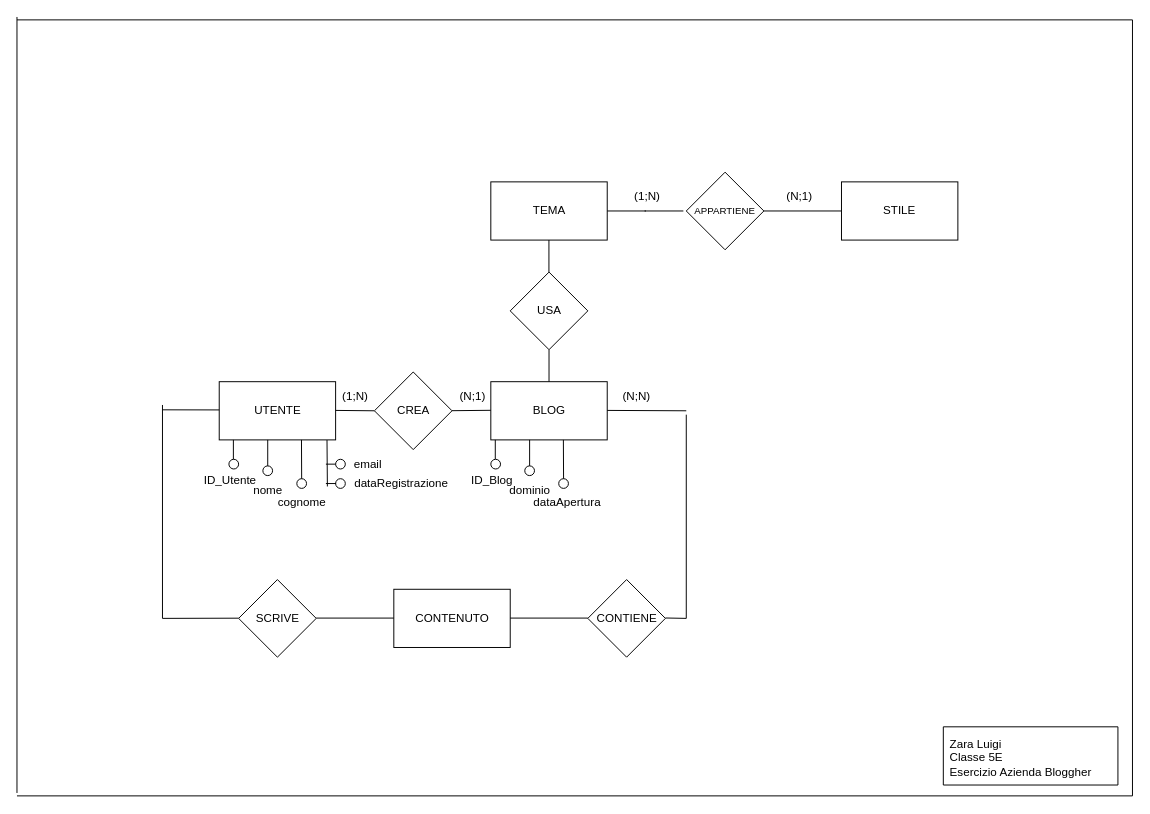
Before: Esercizio_Azienda informaticaBloggher.drawio in iigigii/INFORMATICA_5E, a draw.io diagram. Source tidied: cells renumbered, new cells numbered last; positions are measured from the earlier drawing's top-left corner, leaving out a move shared by most shapes. Both pictures are drawn from the tidied source at 97%, with x=0, y=0 at pixel (16, 16).
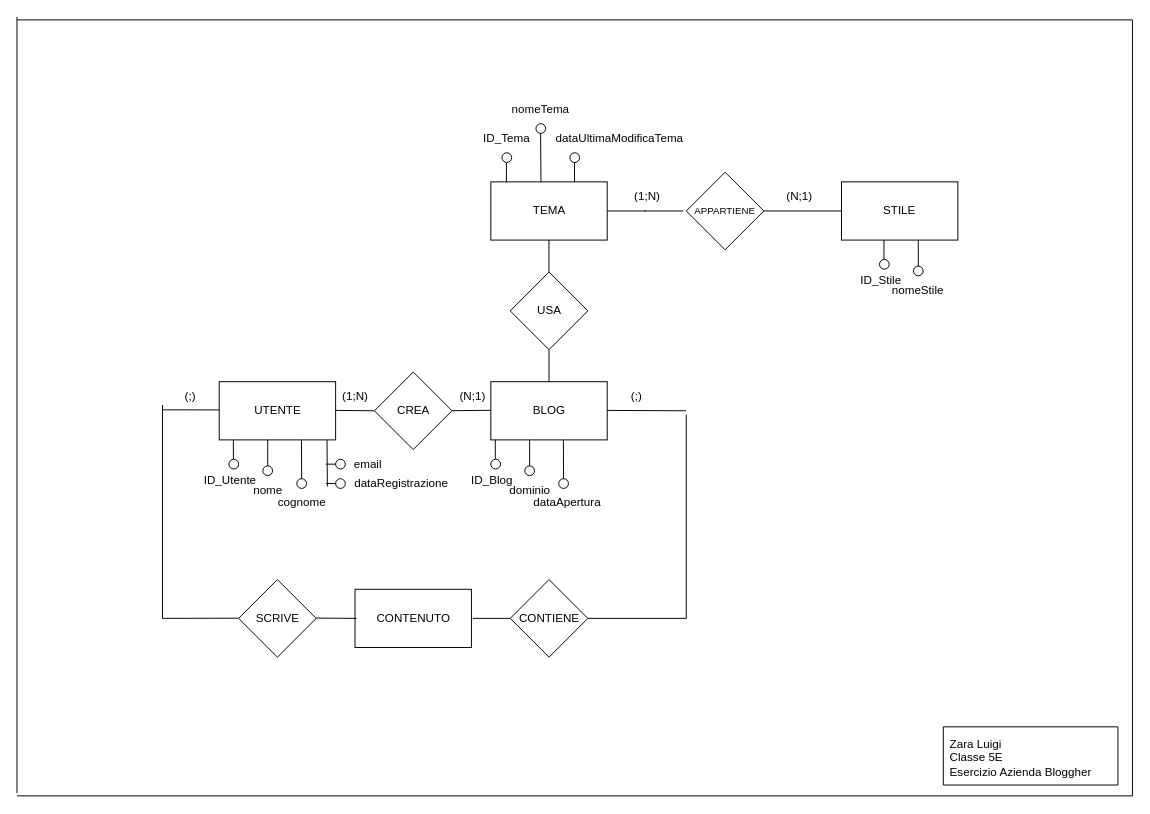
After the change.

Diff of the diagram source:
```diff
@@
-    <mxCell id="29" value="(N;N)" style="text;html=1;whiteSpace=wrap;align=center;verticalAlign=middle;rounded=0;fontStyle=0;" parent="1" vertex="1">
+    <mxCell id="29" value="(;)" style="text;html=1;whiteSpace=wrap;align=center;verticalAlign=middle;rounded=0;fontStyle=0;" parent="1" vertex="1">
       <mxGeometry x="608.5" y="376" width="60" height="30" as="geometry" />
     </mxCell>
@@
     <mxCell id="56" value="CONTENUTO" style="rounded=0;whiteSpace=wrap;html=1;" parent="1" vertex="1">
-      <mxGeometry x="388.5" y="590" width="120" height="60" as="geometry" />
+      <mxGeometry x="348.5" y="590" width="120" height="60" as="geometry" />
     </mxCell>
-    <mxCell id="57" style="endArrow=none;html=1;" parent="1" edge="1">
+    <mxCell id="57" style="endArrow=none;html=1;" parent="1" edge="1" source="59">
       <mxGeometry relative="1" as="geometry">
-        <mxPoint x="508.5" y="619.7" as="sourcePoint" />
         <mxPoint x="588.5" y="619.7" as="targetPoint" />
       </mxGeometry>
     </mxCell>
     <mxCell id="58" style="endArrow=none;html=1;" parent="1" edge="1">
       <mxGeometry relative="1" as="geometry">
         <mxPoint x="308.5" y="619.7" as="sourcePoint" />
-        <mxPoint x="388.5" y="619.7" as="targetPoint" />
+        <mxPoint x="350" y="620" as="targetPoint" />
       </mxGeometry>
     </mxCell>
-    <mxCell id="59" value="CONTIENE" style="rhombus;whiteSpace=wrap;html=1;rounded=0;" parent="1" vertex="1">
-      <mxGeometry x="588.5" y="580" width="80" height="80" as="geometry" />
-    </mxCell>
@@
-    <mxCell id="64" style="endArrow=none;html=1;rounded=0;" parent="1" edge="1">
+    <mxCell id="64" style="endArrow=none;html=1;rounded=0;exitX=1;exitY=0.5;exitDx=0;exitDy=0;" parent="1" edge="1" source="59">
       <mxGeometry relative="1" as="geometry">
-        <mxPoint x="668.5" y="619.6" as="sourcePoint" />
         <mxPoint x="690" y="620" as="targetPoint" />
       </mxGeometry>
     </mxCell>
@@
+    <mxCell id="66" value="(;)" style="text;html=1;whiteSpace=wrap;align=center;verticalAlign=middle;rounded=0;fontStyle=0;" parent="1" vertex="1">
+      <mxGeometry x="148.5" y="376" width="60" height="30" as="geometry" />
+    </mxCell>
+    <mxCell id="67" style="endArrow=none;html=1;" parent="1" edge="1" target="59">
+      <mxGeometry relative="1" as="geometry">
+        <mxPoint x="470" y="620" as="sourcePoint" />
+      </mxGeometry>
+    </mxCell>
+    <mxCell id="59" value="CONTIENE" style="rhombus;whiteSpace=wrap;html=1;rounded=0;" parent="1" vertex="1">
+      <mxGeometry x="508.5" y="580" width="80" height="80" as="geometry" />
+    </mxCell>
+    <mxCell id="68" style="endArrow=none;html=1;rounded=0;" parent="1" edge="1">
+      <mxGeometry relative="1" as="geometry">
+        <mxPoint x="893.8" y="250" as="sourcePoint" />
+        <mxPoint x="893.8" y="230" as="targetPoint" />
+      </mxGeometry>
+    </mxCell>
+    <mxCell id="69" style="ellipse;whiteSpace=wrap;html=1;rounded=0;" parent="1" vertex="1">
+      <mxGeometry x="924.2" y="256.8" width="10" height="10" as="geometry" />
+    </mxCell>
+    <mxCell id="70" style="endArrow=none;html=1;rounded=0;exitX=0.5;exitY=0;exitDx=0;exitDy=0;" parent="1" edge="1" source="69">
+      <mxGeometry relative="1" as="geometry">
+        <mxPoint x="929.2" y="230" as="targetPoint" />
+      </mxGeometry>
+    </mxCell>
+    <mxCell id="71" value="nomeStile" style="text;html=1;whiteSpace=wrap;align=center;verticalAlign=middle;rounded=0;" parent="1" vertex="1">
+      <mxGeometry x="899.2" y="266.8" width="60" height="30" as="geometry" />
+    </mxCell>
+    <mxCell id="72" value="ID_Stile" style="text;html=1;whiteSpace=wrap;align=center;verticalAlign=middle;rounded=0;" parent="1" vertex="1">
+      <mxGeometry x="860.8" y="256.8" width="60" height="30" as="geometry" />
+    </mxCell>
+    <mxCell id="73" style="ellipse;whiteSpace=wrap;html=1;rounded=0;fillColor=light-dark(#FFFFFF,#FFFFFF);gradientColor=none;strokeColor=default;" parent="1" vertex="1">
+      <mxGeometry x="889.2" y="250" width="10" height="10" as="geometry" />
+    </mxCell>
+    <mxCell id="74" style="endArrow=none;html=1;rounded=0;" parent="1" edge="1">
+      <mxGeometry relative="1" as="geometry">
+        <mxPoint x="504.6" y="170" as="sourcePoint" />
+        <mxPoint x="504.6" y="150" as="targetPoint" />
+      </mxGeometry>
+    </mxCell>
+    <mxCell id="75" style="ellipse;whiteSpace=wrap;html=1;rounded=0;" parent="1" vertex="1">
+      <mxGeometry x="535" y="110" width="10" height="10" as="geometry" />
+    </mxCell>
+    <mxCell id="76" value="nomeTema" style="text;html=1;whiteSpace=wrap;align=center;verticalAlign=middle;rounded=0;" parent="1" vertex="1">
+      <mxGeometry x="510" y="80" width="60" height="30" as="geometry" />
+    </mxCell>
+    <mxCell id="77" value="ID_Tema" style="text;html=1;whiteSpace=wrap;align=center;verticalAlign=middle;rounded=0;" parent="1" vertex="1">
+      <mxGeometry x="475" y="110" width="60" height="30" as="geometry" />
+    </mxCell>
+    <mxCell id="78" style="ellipse;whiteSpace=wrap;html=1;rounded=0;fillColor=light-dark(#FFFFFF,#FFFFFF);gradientColor=none;strokeColor=default;" parent="1" vertex="1">
+      <mxGeometry x="500" y="140" width="10" height="10" as="geometry" />
+    </mxCell>
+    <mxCell id="79" style="endArrow=none;html=1;rounded=0;" parent="1" edge="1">
+      <mxGeometry relative="1" as="geometry">
+        <mxPoint x="540.2" y="170" as="sourcePoint" />
+        <mxPoint x="539.8" y="120" as="targetPoint" />
+      </mxGeometry>
+    </mxCell>
+    <mxCell id="80" style="ellipse;whiteSpace=wrap;html=1;rounded=0;" parent="1" vertex="1">
+      <mxGeometry x="570" y="140" width="10" height="10" as="geometry" />
+    </mxCell>
+    <mxCell id="81" style="endArrow=none;html=1;rounded=0;" parent="1" edge="1">
+      <mxGeometry relative="1" as="geometry">
+        <mxPoint x="574.8" y="170" as="sourcePoint" />
+        <mxPoint x="574.8" y="150" as="targetPoint" />
+      </mxGeometry>
+    </mxCell>
+    <mxCell id="82" value="dataUltimaModificaTema" style="text;html=1;whiteSpace=wrap;align=center;verticalAlign=middle;rounded=0;" parent="1" vertex="1">
+      <mxGeometry x="551.5" y="110" width="138.5" height="30" as="geometry" />
+    </mxCell>
```
